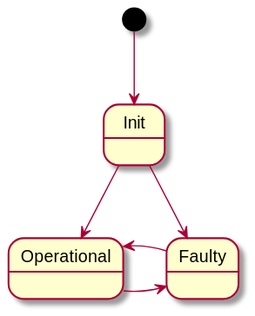
This is Documentation/Diagrams/NUCLEO-F103RB_Main_State_Machine.svg from RobertGawron/HardwareDataLogger, a PlantUML export, as it was before one commit.
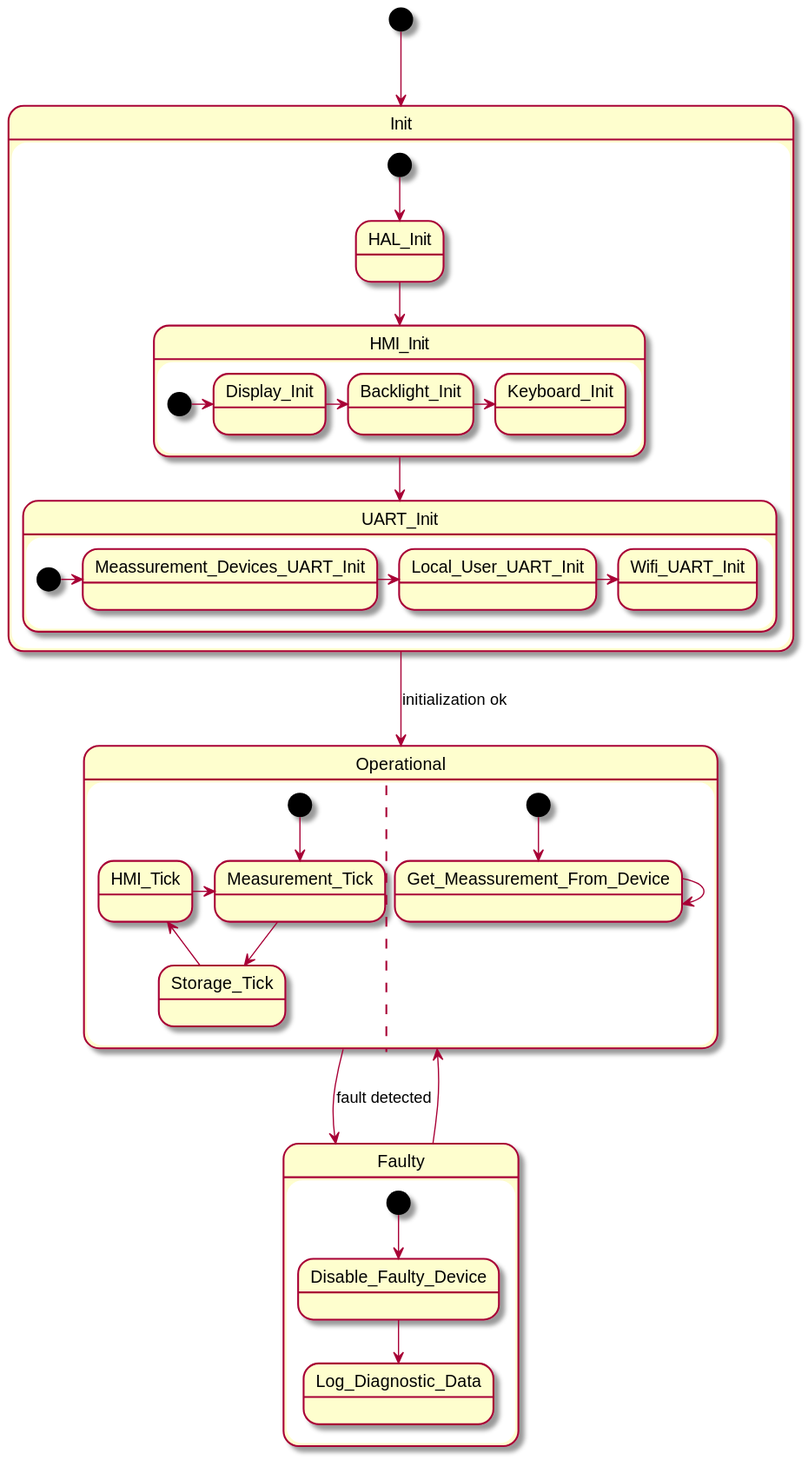
Later version of the same file.

Commit message:
rework of state diagram, rework of storage class diagram, add draft of component diagrams

What changed in the source:
```diff
@@ -1,8 +1,48 @@
 @startuml
 [*] --> Init
 
-Init --> Operational
-Operational -> Faulty
-Faulty  -> Operational
-Init --> Faulty
+
+
+state Init {
+  [*] --> HAL_Init
+  HAL_Init --> HMI_Init
+
+  state HMI_Init {
+    [*] -> Display_Init
+    Display_Init -> Backlight_Init
+    Backlight_Init -> Keyboard_Init
+  }
+
+  HMI_Init -->  UART_Init
+
+  state UART_Init {
+    [*] ->  Meassurement_Devices_UART_Init
+    Meassurement_Devices_UART_Init -> Local_User_UART_Init
+    Local_User_UART_Init -> Wifi_UART_Init
+  }
+}
+
+
+
+state Operational {
+    [*] --> Measurement_Tick
+    Measurement_Tick --> Storage_Tick
+    Storage_Tick --> HMI_Tick
+    HMI_Tick -> Measurement_Tick
+    ||
+    [*] --> Get_Meassurement_From_Device
+    Get_Meassurement_From_Device --> Get_Meassurement_From_Device
+}
+
+
+state Faulty {
+    [*] -->  Disable_Faulty_Device
+    Disable_Faulty_Device --> Log_Diagnostic_Data
+}
+
+Init --> Operational : initialization ok
+Operational --> Faulty : fault detected
+Faulty  --> Operational
+
+
 @enduml
```
